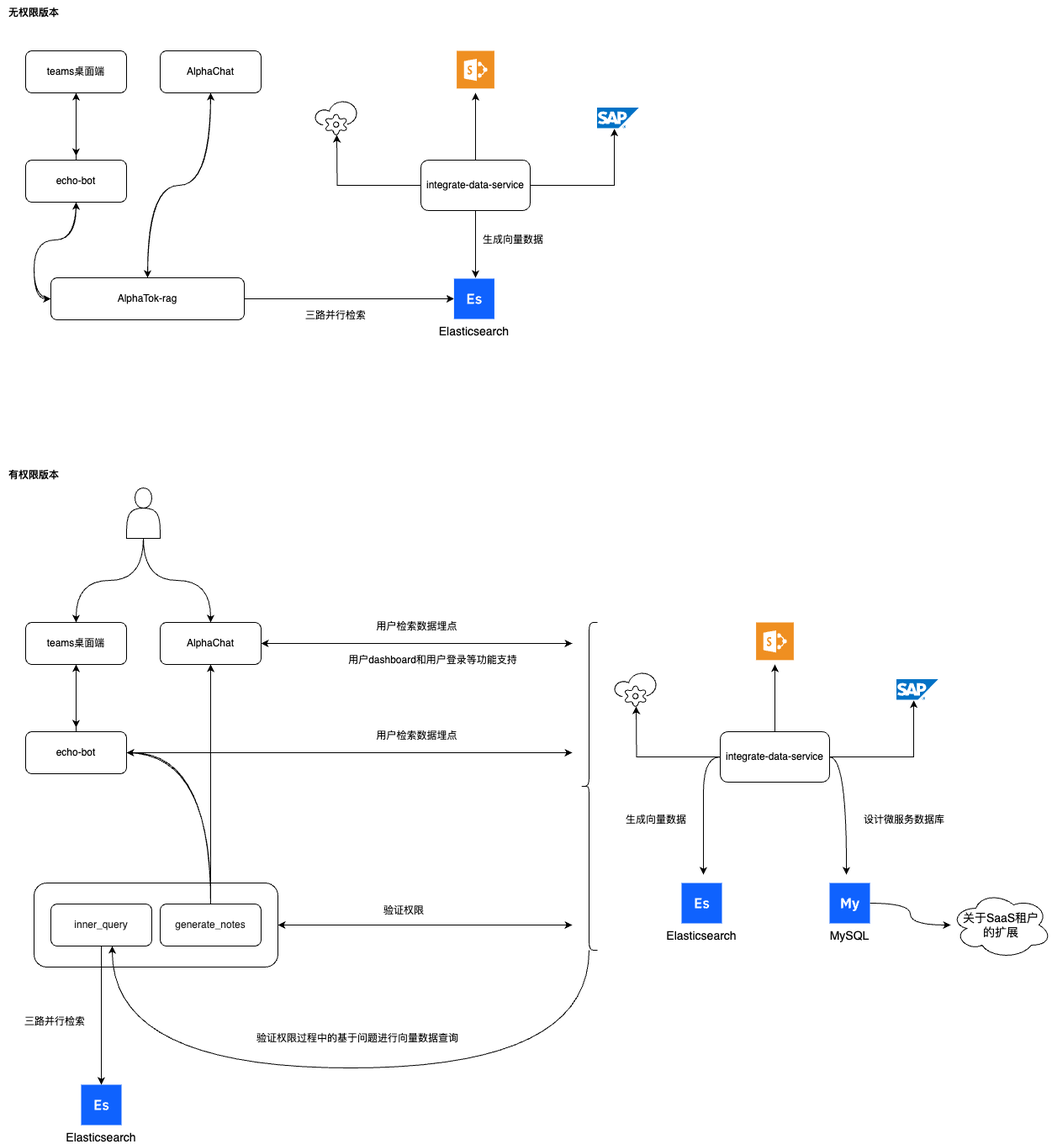
The draw.io diagram 未命名绘图.drawio.png in Flink-ddd/base-service, before a commit. Source tidied: cells renumbered, new cells last; positions are measured from the earlier drawing's top-left corner, leaving out a move shared by most shapes.
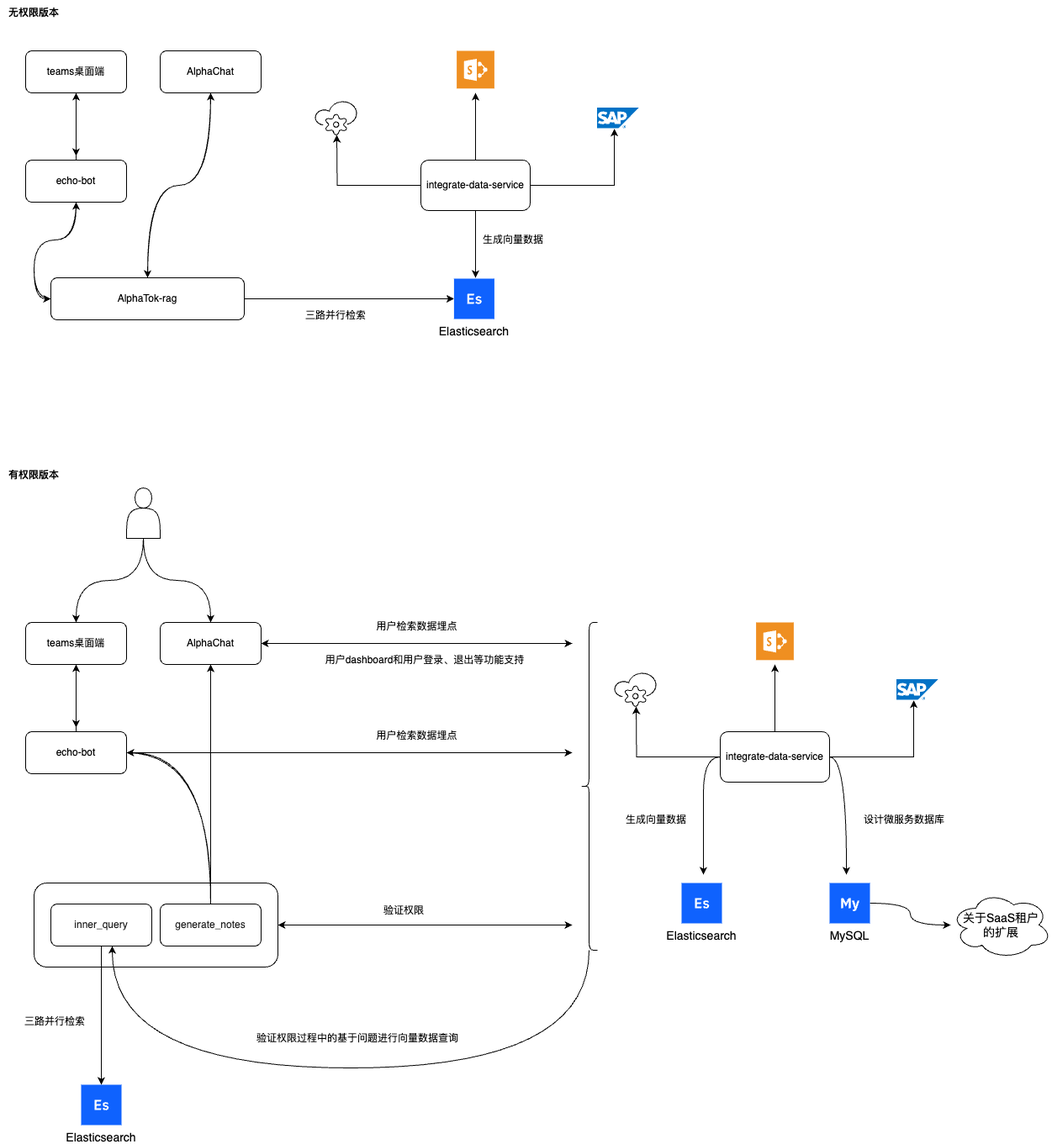
Above is the later version.

What changed in the source:
```diff
@@ -255,8 +255,8 @@
     <mxCell id="67" value="用户检索数据埋点" style="text;strokeColor=none;align=center;fillColor=none;html=1;verticalAlign=middle;whiteSpace=wrap;rounded=0;" parent="1" vertex="1">
       <mxGeometry x="430" y="730" width="131" height="30" as="geometry" />
     </mxCell>
-    <mxCell id="68" value="用户dashboard和用户登录等功能支持" style="text;strokeColor=none;align=center;fillColor=none;html=1;verticalAlign=middle;whiteSpace=wrap;rounded=0;" parent="1" vertex="1">
-      <mxGeometry x="409" y="770" width="211" height="30" as="geometry" />
+    <mxCell id="68" value="用户dashboard和用户登录、退出等功能支持" style="text;strokeColor=none;align=center;fillColor=none;html=1;verticalAlign=middle;whiteSpace=wrap;rounded=0;" parent="1" vertex="1">
+      <mxGeometry x="380" y="770" width="250" height="30" as="geometry" />
     </mxCell>
     <mxCell id="69" value="用户检索数据埋点" style="text;strokeColor=none;align=center;fillColor=none;html=1;verticalAlign=middle;whiteSpace=wrap;rounded=0;" parent="1" vertex="1">
       <mxGeometry x="430" y="860" width="131" height="30" as="geometry" />
```
